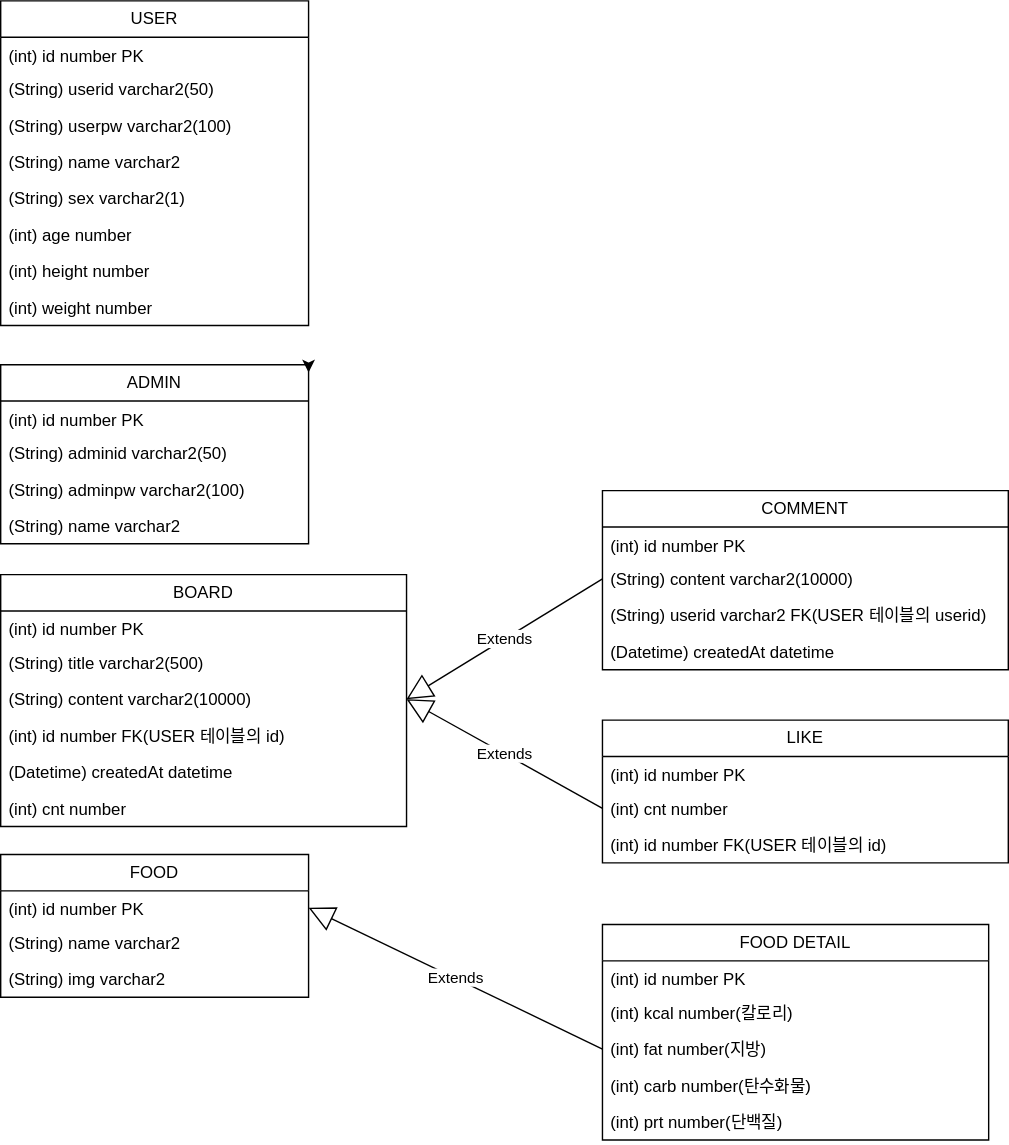
checkIn97/Diet-Project keeps this draw.io diagram as document/제목 없는 다이어그램.drawio.svg. Above is the earlier version. Source tidied: cells renumbered, new cells last; positions are measured from the earlier drawing's top-left corner, leaving out a move shared by most shapes.
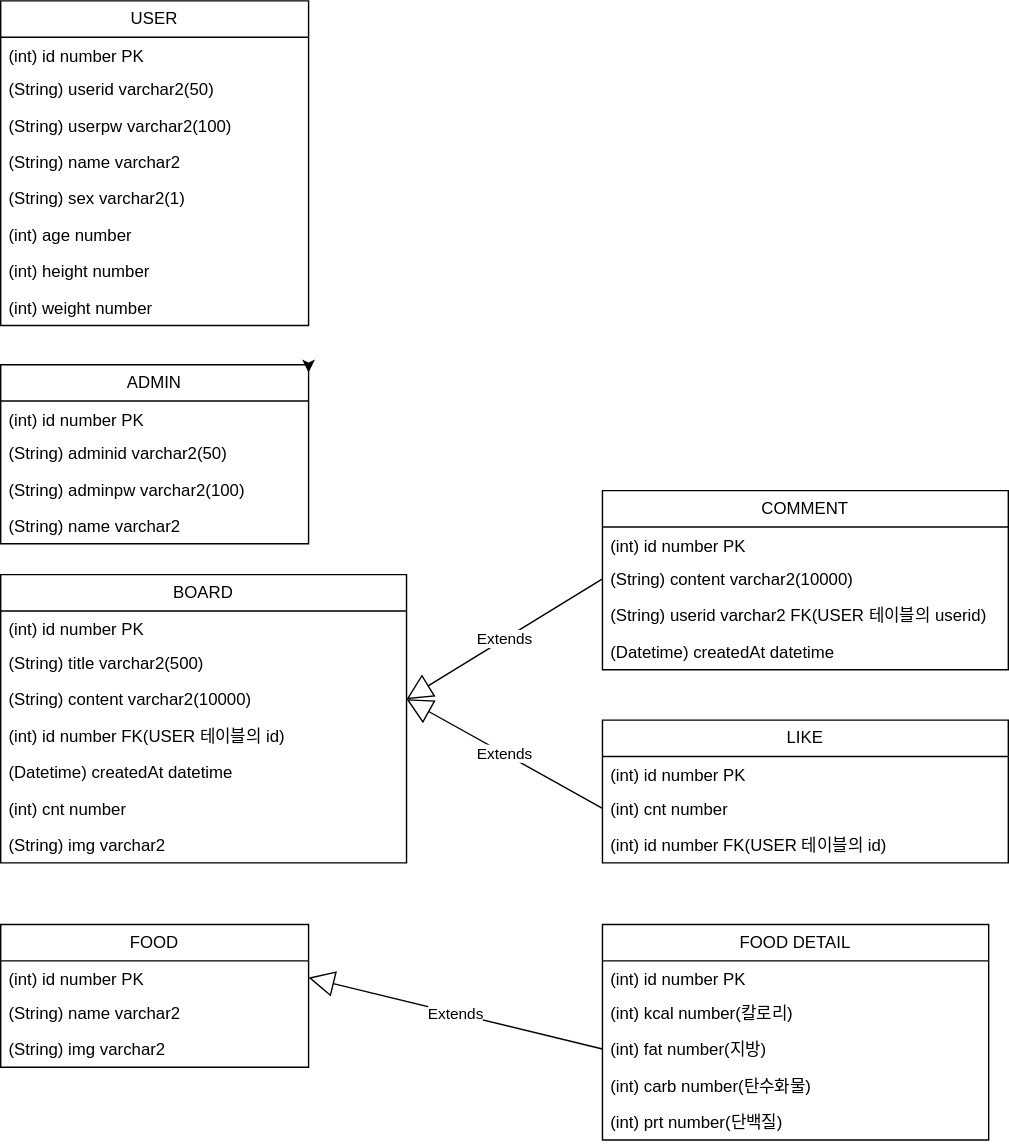
After the commit.

Change to the diagram source:
```diff
@@ -48,7 +48,7 @@
       <mxGeometry relative="1" as="geometry" />
     </mxCell>
     <mxCell id="17" value="BOARD" style="swimlane;fontStyle=0;horizontal=1;startSize=26;fillColor=none;whiteSpace=wrap;html=1;" parent="1" vertex="1">
-      <mxGeometry y="410" width="290" height="180" as="geometry" />
+      <mxGeometry y="410" width="290" height="206" as="geometry" />
     </mxCell>
     <mxCell id="18" value="(int) id number PK" style="text;strokeColor=none;fillColor=none;align=left;verticalAlign=top;spacingLeft=4;spacingRight=4;overflow=hidden;whiteSpace=wrap;html=1;" parent="17" vertex="1">
       <mxGeometry y="26" width="290" height="24" as="geometry" />
@@ -68,8 +68,11 @@
     <mxCell id="23" value="(int) cnt number" style="text;strokeColor=none;fillColor=none;align=left;verticalAlign=top;spacingLeft=4;spacingRight=4;overflow=hidden;whiteSpace=wrap;html=1;" parent="17" vertex="1">
       <mxGeometry y="154" width="290" height="26" as="geometry" />
     </mxCell>
+    <mxCell id="46" value="(String) img varchar2" style="text;strokeColor=none;fillColor=none;align=left;verticalAlign=top;spacingLeft=4;spacingRight=4;overflow=hidden;whiteSpace=wrap;html=1;" parent="17" vertex="1">
+      <mxGeometry y="180" width="290" height="26" as="geometry" />
+    </mxCell>
     <mxCell id="24" value="FOOD" style="swimlane;fontStyle=0;horizontal=1;startSize=26;fillColor=none;whiteSpace=wrap;html=1;" parent="1" vertex="1">
-      <mxGeometry y="610" width="220" height="102" as="geometry" />
+      <mxGeometry y="660" width="220" height="102" as="geometry" />
     </mxCell>
     <mxCell id="25" value="(int) id number PK" style="text;strokeColor=none;fillColor=none;align=left;verticalAlign=top;spacingLeft=4;spacingRight=4;overflow=hidden;points=[[0,0.5],[1,0.5]];portConstraint=eastwest;whiteSpace=wrap;html=1;" parent="24" vertex="1">
       <mxGeometry y="26" width="220" height="24" as="geometry" />
```
